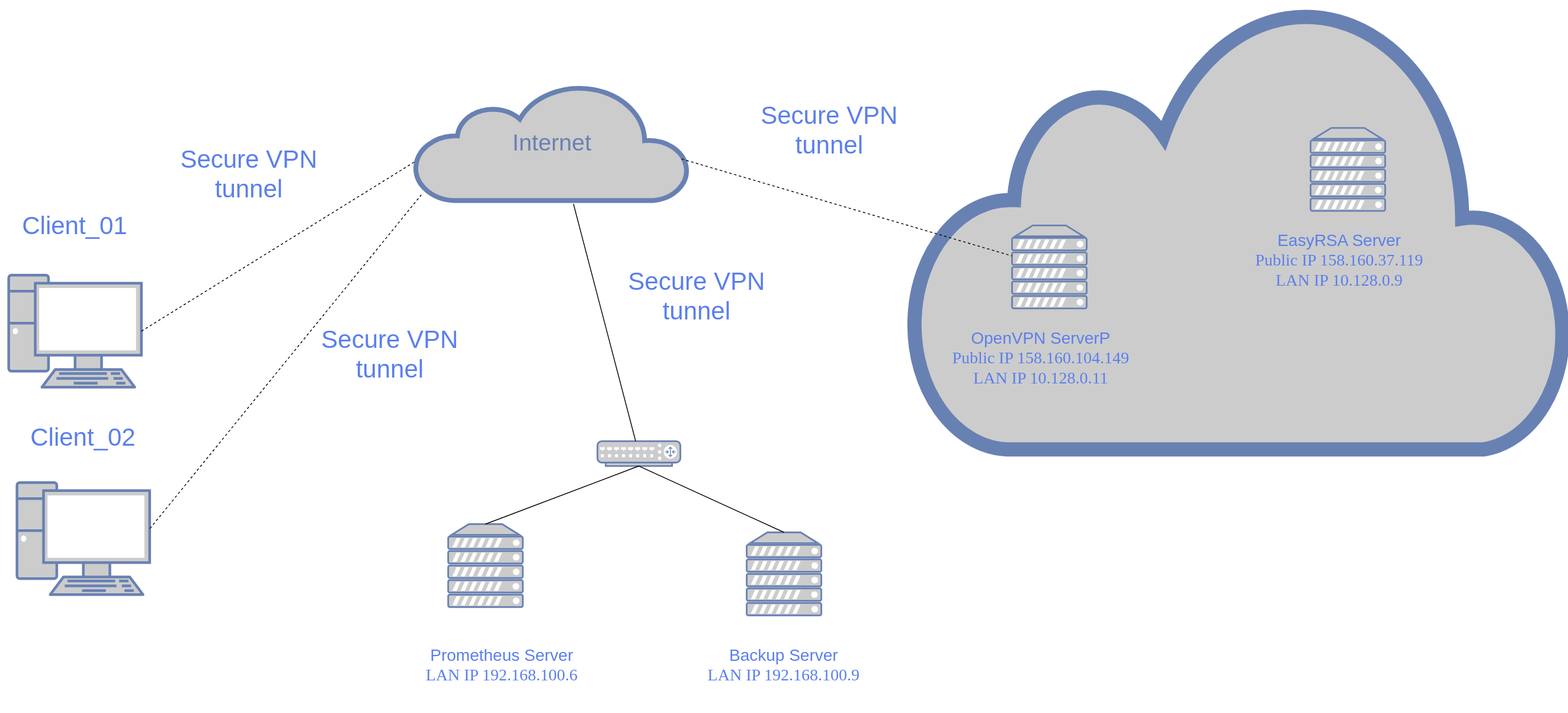
This is Схема инфраструктуры.drawio.svg from IliaKoshkin/SkillBoxFinalWork, a draw.io export, as it was before one commit. Source tidied: cells renumbered, new cells last; positions are measured from the earlier drawing's top-left corner, leaving out a move shared by most shapes.
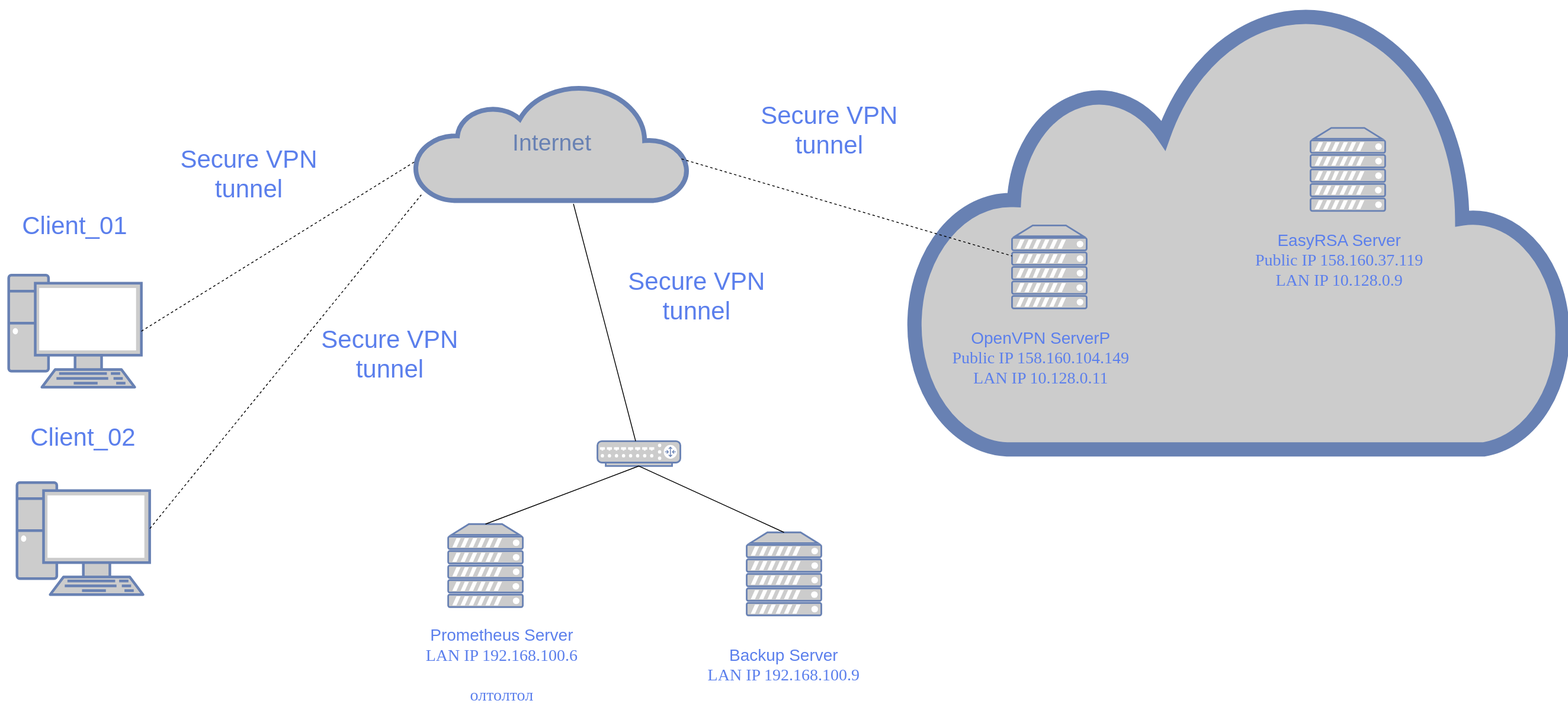
After the change.

Diff of the diagram source:
```diff
@@ -41,7 +41,7 @@
     <mxCell id="14" style="fontColor=#0066CC;verticalAlign=top;verticalLabelPosition=bottom;labelPosition=center;align=center;html=1;outlineConnect=0;fillColor=#CCCCCC;strokeColor=#6881B3;gradientColor=none;gradientDirection=north;strokeWidth=2;shape=mxgraph.networks.server;" parent="1" vertex="1">
       <mxGeometry x="540" y="630" width="90" height="100" as="geometry" />
     </mxCell>
-    <mxCell id="15" value="&lt;font style=&quot;font-size: 20px;&quot;&gt;Prometheus Server&lt;br style=&quot;border-color: var(--border-color); font-family: Verdana;&quot;&gt;&lt;span style=&quot;font-family: Verdana;&quot;&gt;LAN IP 192.168.100.6&lt;br&gt;&lt;/span&gt;&lt;/font&gt;" style="text;strokeColor=none;align=center;fillColor=none;html=1;verticalAlign=middle;whiteSpace=wrap;rounded=0;fontColor=#5B7FEC;" parent="1" vertex="1">
+    <mxCell id="15" value="&lt;font style=&quot;font-size: 20px;&quot;&gt;Prometheus Server&lt;br style=&quot;border-color: var(--border-color); font-family: Verdana;&quot;&gt;&lt;span style=&quot;font-family: Verdana;&quot;&gt;LAN IP 192.168.100.6&lt;br&gt;&lt;br&gt;олтолтол&lt;br&gt;&lt;/span&gt;&lt;/font&gt;" style="text;strokeColor=none;align=center;fillColor=none;html=1;verticalAlign=middle;whiteSpace=wrap;rounded=0;fontColor=#5B7FEC;" parent="1" vertex="1">
       <mxGeometry x="380" y="740" width="450" height="117.5" as="geometry" />
     </mxCell>
     <mxCell id="16" style="fontColor=#0066CC;verticalAlign=top;verticalLabelPosition=bottom;labelPosition=center;align=center;html=1;outlineConnect=0;fillColor=#CCCCCC;strokeColor=#6881B3;gradientColor=none;gradientDirection=north;strokeWidth=2;shape=mxgraph.networks.server;" parent="1" vertex="1">
```
